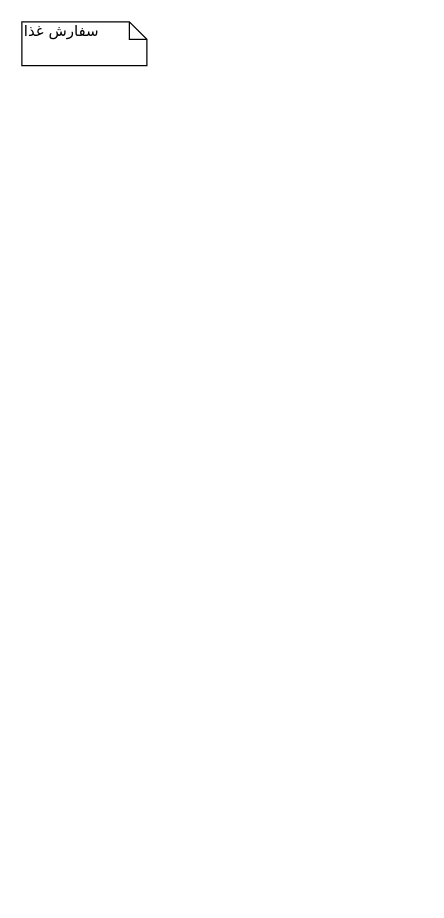
Earlier version of the draw.io diagram Untitled food_order.drawio (khoramian/TahDig_SoftwareEngineering). Source tidied: cells renumbered, new cells numbered last; positions are measured from the earlier drawing's top-left corner, leaving out a move shared by most shapes. Both pictures are drawn from the tidied source at 125%, with x=0, y=0 at pixel (21, 21).
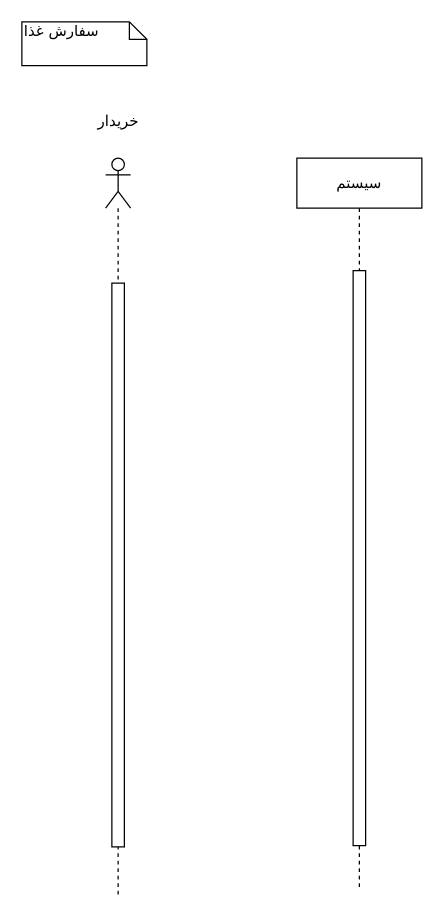
The same page after the edit.

What changed in the source:
```diff
@@
 <mxGraphModel background="#ffffff">
   <root>
     <mxCell id="0" />
     <mxCell id="1" parent="0" />
     <mxCell id="2" value="سفارش غذا" style="shape=note;whiteSpace=wrap;html=1;size=14;verticalAlign=top;align=left;spacingTop=-6;rounded=0;shadow=0;comic=0;labelBackgroundColor=none;strokeWidth=1;fontFamily=Verdana;fontSize=12;" parent="1" vertex="1">
       <mxGeometry width="100" height="35" as="geometry" />
     </mxCell>
+    <mxCell id="3" style="shape=umlLifeline;participant=umlActor;perimeter=lifelinePerimeter;whiteSpace=wrap;html=1;verticalAlign=top;spacingTop=36;" parent="1" vertex="1">
+      <mxGeometry x="67" y="109" width="20" height="590" as="geometry" />
+    </mxCell>
+    <mxCell id="4" style="html=1;perimeter=orthogonalPerimeter;rounded=0;shadow=0;comic=0;labelBackgroundColor=none;strokeWidth=1;fontFamily=Verdana;fontSize=12;align=center;" parent="1" vertex="1">
+      <mxGeometry x="72" y="209" width="10" height="451" as="geometry" />
+    </mxCell>
+    <mxCell id="5" value="خریدار" style="text;html=1;align=center;verticalAlign=middle;" parent="1" vertex="1">
+      <mxGeometry x="57" y="70" width="40" height="20" as="geometry" />
+    </mxCell>
+    <mxCell id="6" value="سیستم" style="shape=umlLifeline;perimeter=lifelinePerimeter;whiteSpace=wrap;html=1;" parent="1" vertex="1">
+      <mxGeometry x="220" y="109" width="100" height="585" as="geometry" />
+    </mxCell>
+    <mxCell id="7" style="html=1;perimeter=orthogonalPerimeter;rounded=0;shadow=0;comic=0;labelBackgroundColor=none;strokeWidth=1;fontFamily=Verdana;fontSize=12;align=center;" parent="6" vertex="1">
+      <mxGeometry x="45" y="90" width="10" height="460" as="geometry" />
+    </mxCell>
   </root>
 </mxGraphModel>
```
